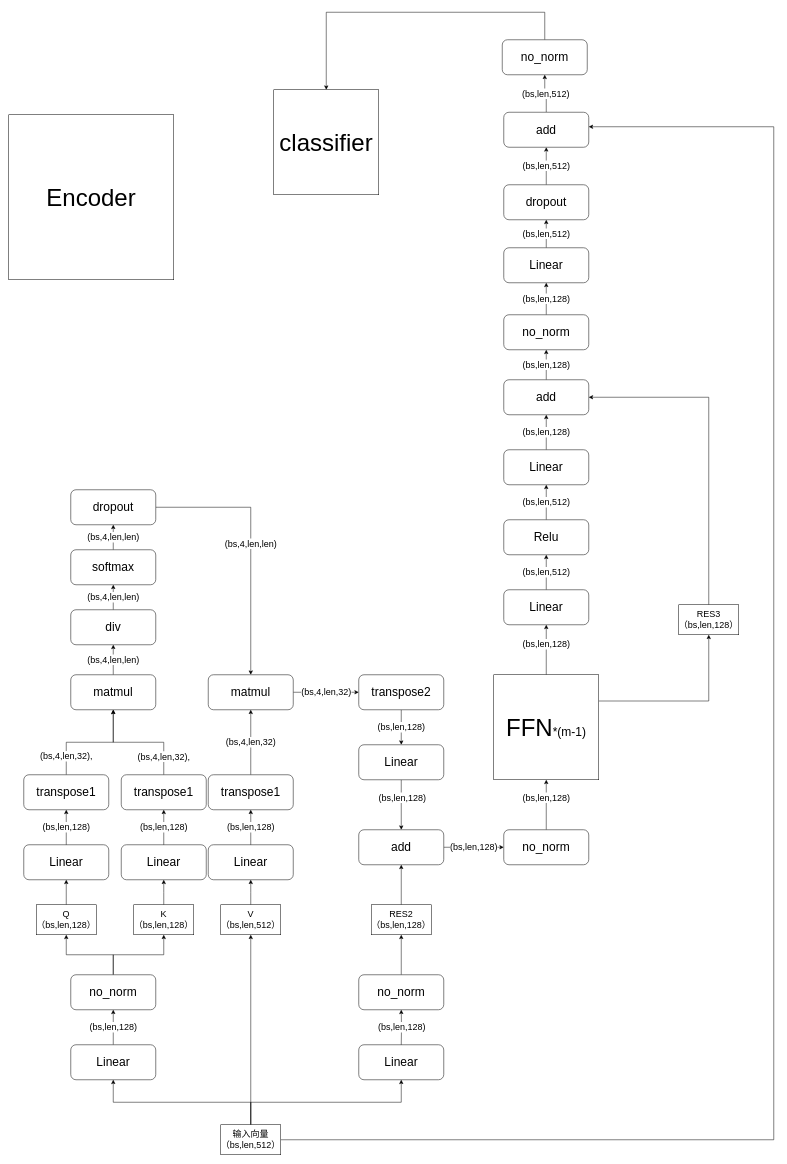
The draw.io diagram Untitled Diagram.drawio in irfan11111111/bert_page, before the edit. Source tidied: cells renumbered, new cells numbered last; positions are measured from the earlier drawing's top-left corner, leaving out a move shared by most shapes. Both pictures are drawn from the tidied source at 50%, with x=0, y=0 at pixel (8, 12).
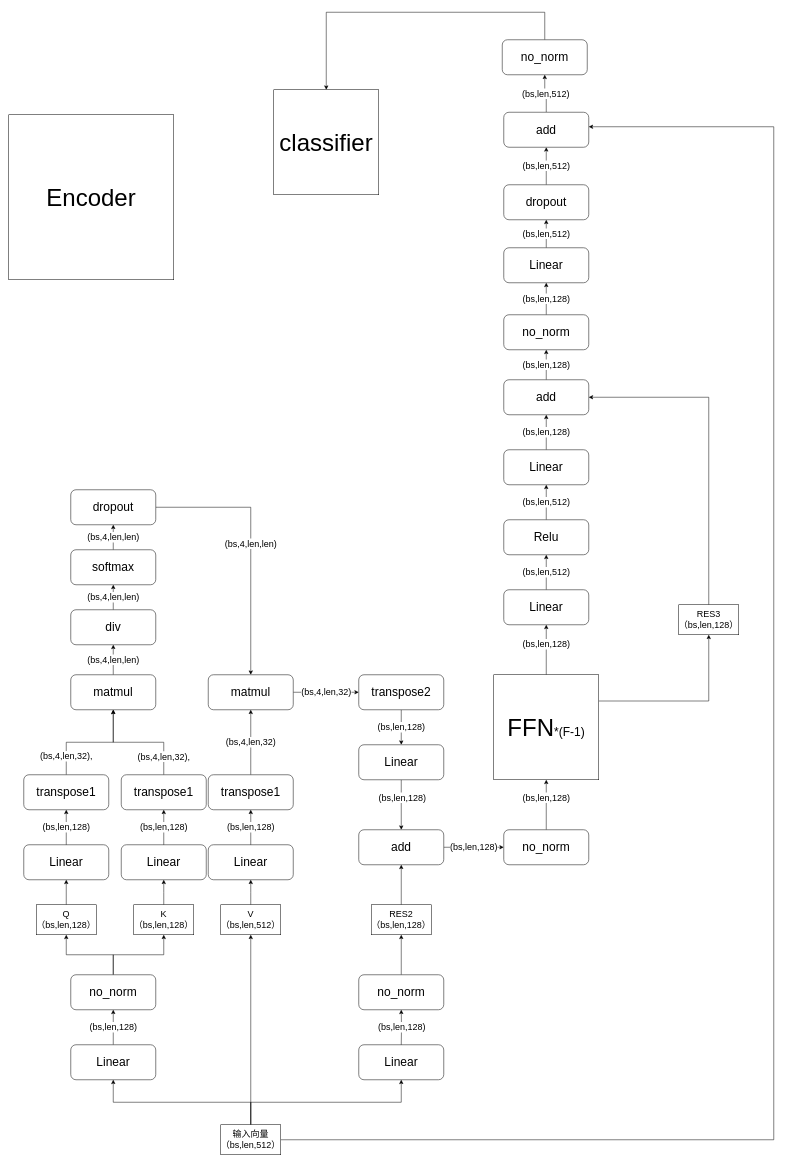
The same page after the edit.

Diff of the diagram source:
```diff
@@
-    <mxCell id="59" value="&lt;font style=&quot;font-size: 48px&quot;&gt;FFN&lt;/font&gt;&lt;font style=&quot;font-size: 24px&quot;&gt;*(m-1)&lt;/font&gt;" style="whiteSpace=wrap;html=1;" parent="1" vertex="1">
+    <mxCell id="59" value="&lt;font style=&quot;font-size: 48px&quot;&gt;FFN&lt;/font&gt;&lt;font style=&quot;font-size: 24px&quot;&gt;*(F-1)&lt;/font&gt;" style="whiteSpace=wrap;html=1;" parent="1" vertex="1">
       <mxGeometry x="970" y="1325" width="210" height="210" as="geometry" />
     </mxCell>
```
